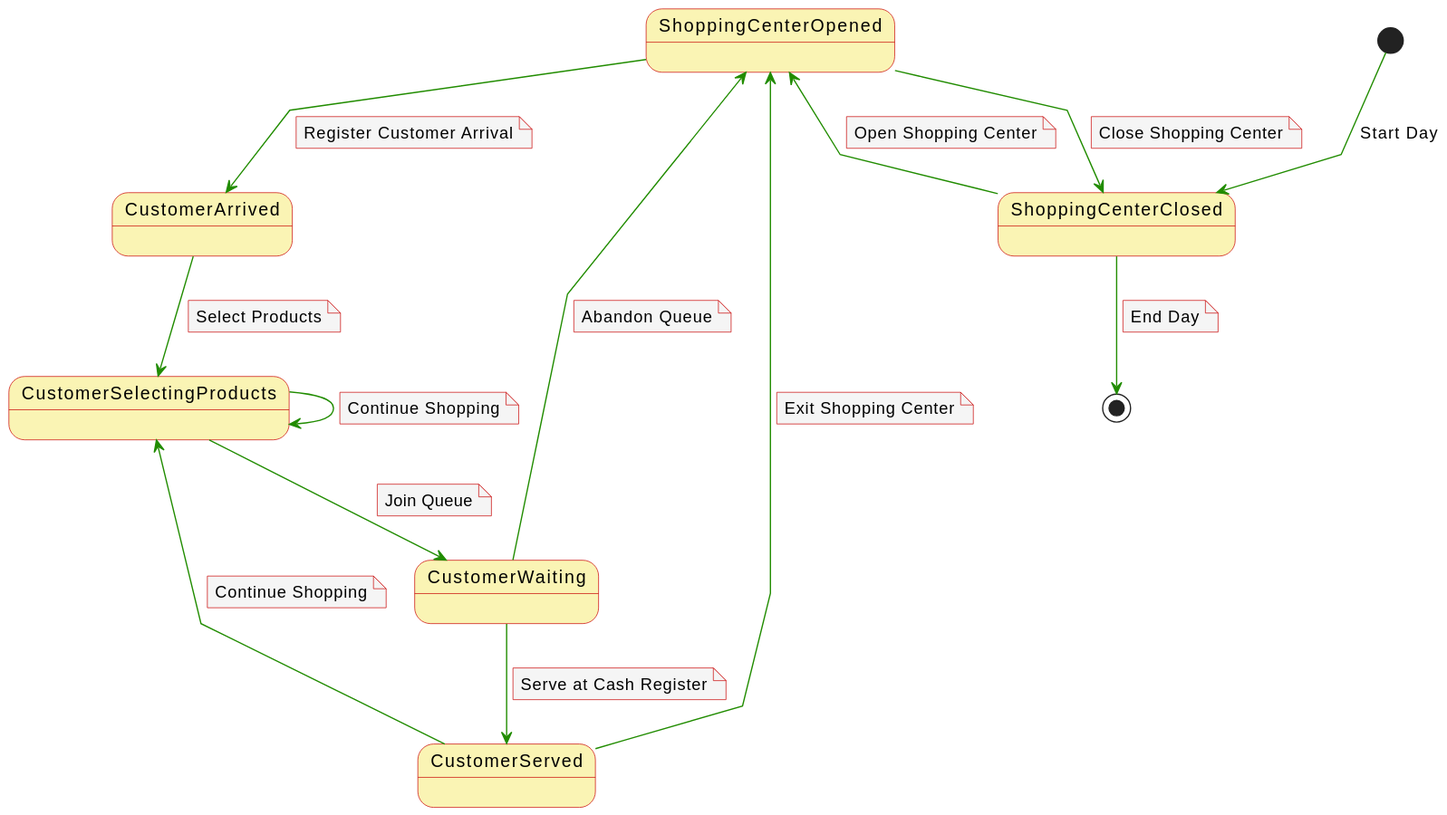
Before: images/casosDeUso/diagramaContexto.svg, a diagram exported from PlantUML (mmasias/23-24-IdSw2-SDD).
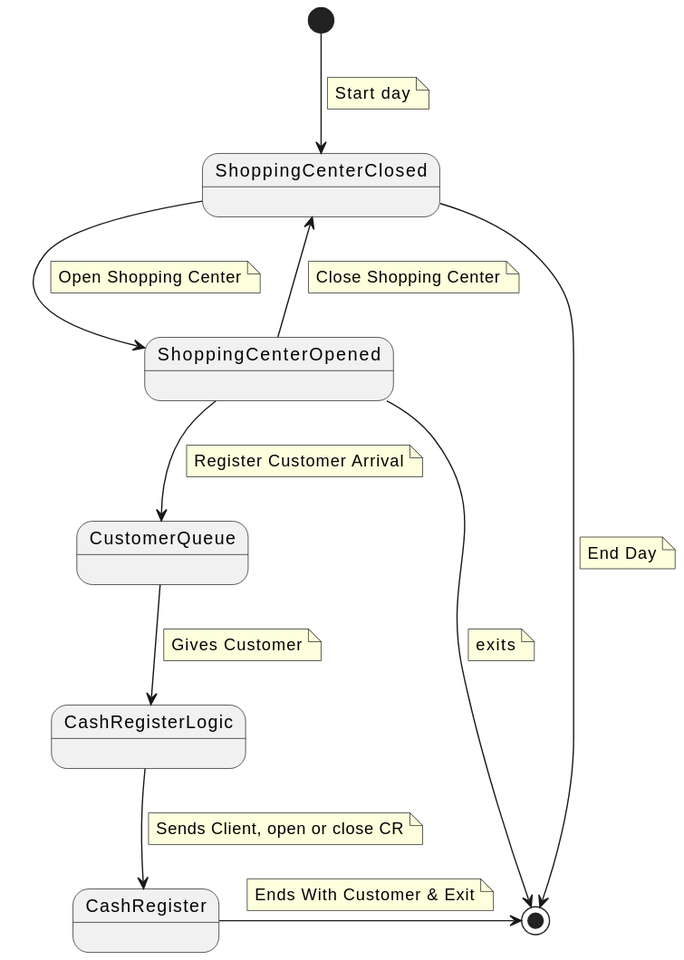
After the change.

Commit message:
revision diagrama de contexto

The edit, as a diff of the source:
```diff
@@ -1,57 +1,37 @@
 @startuml
-skinparam noteBackgroundColor #f5f5f5
-skinparam noteBorderColor #c90000
-skinparam arrowColor #218c00
-skinparam stateBackgroundColor #faf4b4
-skinparam stateBorderColor #c90000
-skinparam linetype polyline
-skinparam arrowThickness 1
-
-[*] --> ShoppingCenterClosed : Start Day
+[*] --> ShoppingCenterClosed
+note on link
+Start day
+end note
 
 ShoppingCenterClosed --> ShoppingCenterOpened
 note on link
   Open Shopping Center
 end note
 
-ShoppingCenterOpened --> CustomerArrived
+ShoppingCenterOpened --> CustomerQueue
 note on link
   Register Customer Arrival
 end note
 
-CustomerArrived --> CustomerSelectingProducts
+ShoppingCenterOpened --> [*]
 note on link
-  Select Products
+exits
 end note
 
-CustomerSelectingProducts --> CustomerWaiting
+CustomerQueue --> CashRegisterLogic
 note on link
-  Join Queue
+  Gives Customer
 end note
 
-CustomerSelectingProducts -right-> CustomerSelectingProducts
+CashRegisterLogic --> CashRegister
 note on link
-  Continue Shopping
+  Sends Client, open or close CR
 end note
 
-CustomerWaiting --> CustomerServed
+CashRegister -right-> [*]
 note on link
-  Serve at Cash Register
-end note
-
-CustomerServed -right-> CustomerSelectingProducts
-note on link
-  Continue Shopping
-end note
-
-CustomerServed --> ShoppingCenterOpened
-note on link
-  Exit Shopping Center
-end note
-
-CustomerWaiting -up-> ShoppingCenterOpened
-note on link
-  Abandon Queue
+  Ends With Customer & Exit
 end note
 
 ShoppingCenterOpened --> ShoppingCenterClosed
```
